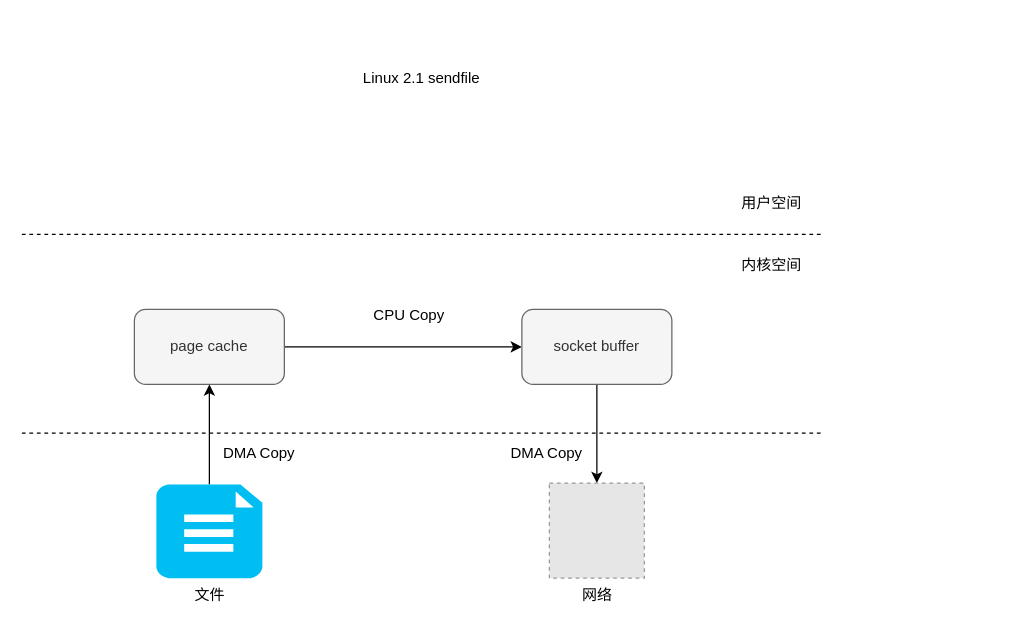
Before: page "sendfile2.1" (4 of 7) of IO模型.drawio in ahern88/draw_io_repo, a draw.io diagram. Source tidied: cells renumbered, new cells numbered last; positions are measured from the earlier drawing's top-left corner, leaving out a move shared by most shapes. Both pictures are drawn from the tidied source at 125%, with x=0, y=0 at pixel (21, 59). Pictures stored in the file or linked from it are replaced by grey dashed boxes.
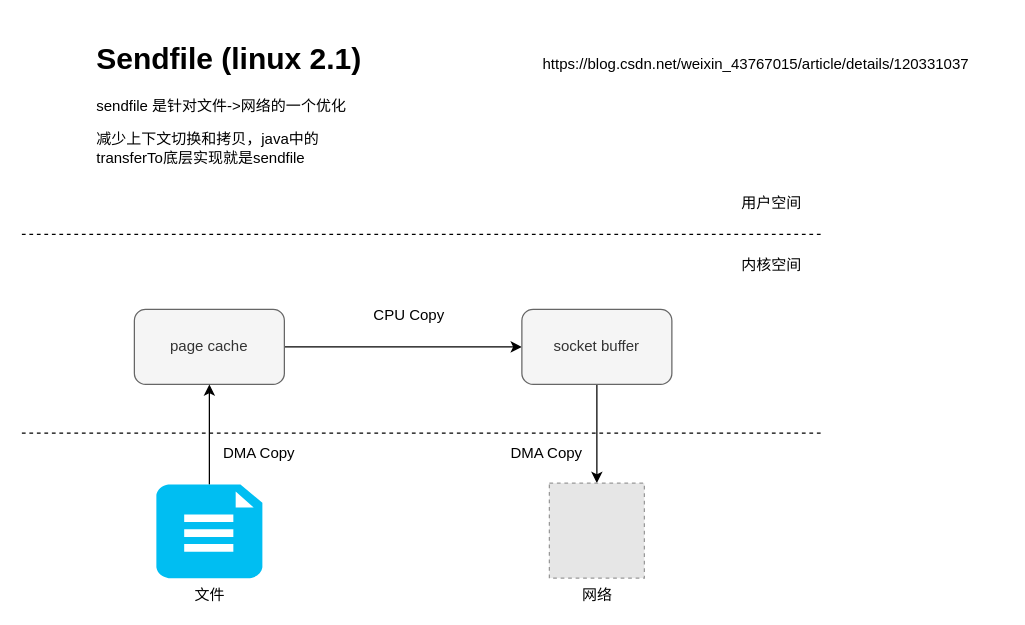
The same page after the edit.

Change to the diagram source:
```diff
@@
 <mxGraphModel>
   <root>
     <mxCell id="0" />
     <mxCell id="1" parent="0" />
     <mxCell id="2" style="endArrow=none;dashed=1;html=1;rounded=0;" parent="1" edge="1">
       <mxGeometry relative="1" as="geometry">
         <mxPoint y="140" as="sourcePoint" />
         <mxPoint x="640" y="140" as="targetPoint" />
       </mxGeometry>
     </mxCell>
     <mxCell id="3" value="内核空间" style="text;html=1;strokeColor=none;fillColor=none;align=center;verticalAlign=middle;whiteSpace=wrap;rounded=0;" parent="1" vertex="1">
       <mxGeometry x="570" y="150" width="60" height="30" as="geometry" />
     </mxCell>
     <mxCell id="4" value="用户空间" style="text;html=1;strokeColor=none;fillColor=none;align=center;verticalAlign=middle;whiteSpace=wrap;rounded=0;" parent="1" vertex="1">
       <mxGeometry x="570" y="100" width="60" height="30" as="geometry" />
     </mxCell>
     <mxCell id="5" style="edgeStyle=orthogonalEdgeStyle;rounded=0;jettySize=auto;html=1;entryX=0;entryY=0.5;entryDx=0;entryDy=0;strokeColor=#000000;" parent="1" edge="1" source="6" target="11">
       <mxGeometry relative="1" as="geometry" />
     </mxCell>
     <mxCell id="6" value="page cache" style="rounded=1;whiteSpace=wrap;html=1;fillColor=#f5f5f5;fontColor=#333333;strokeColor=#666666;" parent="1" vertex="1">
       <mxGeometry x="90" y="200" width="120" height="60" as="geometry" />
     </mxCell>
     <mxCell id="7" style="edgeStyle=orthogonalEdgeStyle;rounded=0;jettySize=auto;html=1;strokeColor=#000000;" parent="1" edge="1" source="8" target="6">
       <mxGeometry relative="1" as="geometry" />
     </mxCell>
     <mxCell id="8" value="文件" style="verticalLabelPosition=bottom;html=1;verticalAlign=top;align=center;strokeColor=none;fillColor=#00BEF2;shape=mxgraph.azure.file_2;" parent="1" vertex="1">
       <mxGeometry x="107.6" y="340" width="84.8" height="75" as="geometry" />
     </mxCell>
     <mxCell id="9" value="DMA Copy" style="text;html=1;strokeColor=none;fillColor=none;align=center;verticalAlign=middle;whiteSpace=wrap;rounded=0;" parent="1" vertex="1">
       <mxGeometry x="150" y="300" width="80" height="30" as="geometry" />
     </mxCell>
     <mxCell id="10" style="edgeStyle=orthogonalEdgeStyle;rounded=0;jettySize=auto;html=1;strokeColor=#000000;" parent="1" edge="1" source="11" target="12">
       <mxGeometry relative="1" as="geometry" />
     </mxCell>
     <mxCell id="11" value="socket buffer" style="rounded=1;whiteSpace=wrap;html=1;fillColor=#f5f5f5;fontColor=#333333;strokeColor=#666666;" parent="1" vertex="1">
       <mxGeometry x="400" y="200" width="120" height="60" as="geometry" />
     </mxCell>
     <mxCell id="12" value="网络" style="fillColor=#E6E6E6;strokeColor=#999999;dashed=1;html=1;verticalAlign=top;verticalLabelPosition=bottom;labelBackgroundColor=#ffffff;" parent="1" vertex="1">
       <mxGeometry x="422" y="339" width="76" height="76" as="geometry" />
     </mxCell>
     <mxCell id="13" value="DMA Copy" style="text;html=1;strokeColor=none;fillColor=none;align=center;verticalAlign=middle;whiteSpace=wrap;rounded=0;" parent="1" vertex="1">
       <mxGeometry x="380" y="300" width="80" height="30" as="geometry" />
     </mxCell>
     <mxCell id="14" style="endArrow=none;dashed=1;html=1;rounded=0;" parent="1" edge="1">
       <mxGeometry relative="1" as="geometry">
         <mxPoint y="299" as="sourcePoint" />
         <mxPoint x="640" y="299" as="targetPoint" />
       </mxGeometry>
     </mxCell>
-    <mxCell id="15" value="Linux 2.1 sendfile" style="text;html=1;strokeColor=none;fillColor=none;align=center;verticalAlign=middle;whiteSpace=wrap;rounded=0;" parent="1" vertex="1">
-      <mxGeometry x="230" width="180" height="30" as="geometry" />
-    </mxCell>
     <mxCell id="16" value="CPU Copy" style="text;html=1;strokeColor=none;fillColor=none;align=center;verticalAlign=middle;whiteSpace=wrap;rounded=0;" parent="1" vertex="1">
       <mxGeometry x="270" y="190" width="80" height="30" as="geometry" />
     </mxCell>
+    <mxCell id="17" value="&lt;h1&gt;Sendfile (linux 2.1)&lt;/h1&gt;&lt;p&gt;sendfile 是针对文件-&amp;gt;网络的一个优化&lt;/p&gt;&lt;p&gt;减少上下文切换和拷贝，java中的transferTo底层实现就是sendfile&lt;/p&gt;" style="text;html=1;strokeColor=none;fillColor=none;spacing=5;spacingTop=-20;whiteSpace=wrap;overflow=hidden;rounded=0;" parent="1" vertex="1">
+      <mxGeometry x="55" y="-20" width="225" height="120" as="geometry" />
+    </mxCell>
+    <mxCell id="18" value="https://blog.csdn.net/weixin_43767015/article/details/120331037" style="text;whiteSpace=wrap;html=1;" parent="1" vertex="1">
+      <mxGeometry x="415" y="-10" width="370" height="30" as="geometry" />
+    </mxCell>
   </root>
 </mxGraphModel>
```
